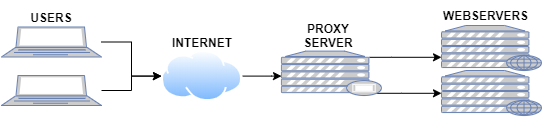
Above: reverseProxy.png in marcosrosse/diagrams (draw.io), before the change. Source tidied: cells renumbered, new cells last; positions are measured from the earlier drawing's top-left corner, leaving out a move shared by most shapes.
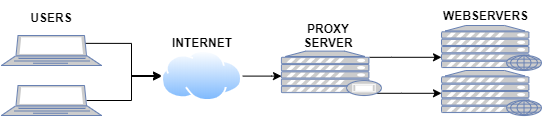
The same file after the commit.

The edit, as a diff of the source:
```diff
@@ -2,17 +2,27 @@
   <root>
     <mxCell id="0" />
     <mxCell id="1" parent="0" />
-    <mxCell id="2" style="edgeStyle=orthogonalEdgeStyle;rounded=0;jettySize=auto;html=1;" parent="1" edge="1" source="3" target="7">
-      <mxGeometry relative="1" as="geometry" />
+    <mxCell id="2" style="edgeStyle=orthogonalEdgeStyle;rounded=0;jettySize=auto;html=1;exitX=0.824;exitY=0.262;exitDx=0;exitDy=0;exitPerimeter=0;" parent="1" edge="1" source="3" target="7">
+      <mxGeometry relative="1" as="geometry">
+        <Array as="points">
+          <mxPoint x="130" y="43" />
+          <mxPoint x="130" y="76" />
+        </Array>
+      </mxGeometry>
     </mxCell>
     <mxCell id="3" style="fontColor=#0066CC;verticalAlign=top;verticalLabelPosition=bottom;labelPosition=center;align=center;html=1;outlineConnect=0;fillColor=#CCCCCC;strokeColor=#6881B3;gradientColor=none;gradientDirection=north;strokeWidth=2;shape=mxgraph.networks.laptop;" parent="1" vertex="1">
-      <mxGeometry y="26.5" width="100" height="30" as="geometry" />
+      <mxGeometry y="35" width="100" height="30" as="geometry" />
     </mxCell>
-    <mxCell id="4" style="edgeStyle=orthogonalEdgeStyle;rounded=0;jettySize=auto;html=1;" parent="1" edge="1" source="5" target="7">
-      <mxGeometry relative="1" as="geometry" />
+    <mxCell id="4" style="edgeStyle=orthogonalEdgeStyle;rounded=0;jettySize=auto;html=1;exitX=0.85;exitY=0.5;exitDx=0;exitDy=0;exitPerimeter=0;" parent="1" edge="1" source="5" target="7">
+      <mxGeometry relative="1" as="geometry">
+        <Array as="points">
+          <mxPoint x="130" y="100" />
+          <mxPoint x="130" y="75" />
+        </Array>
+      </mxGeometry>
     </mxCell>
     <mxCell id="5" style="fontColor=#0066CC;verticalAlign=top;verticalLabelPosition=bottom;labelPosition=center;align=center;html=1;outlineConnect=0;fillColor=#CCCCCC;strokeColor=#6881B3;gradientColor=none;gradientDirection=north;strokeWidth=2;shape=mxgraph.networks.laptop;" parent="1" vertex="1">
-      <mxGeometry y="75" width="100" height="30" as="geometry" />
+      <mxGeometry y="85" width="100" height="30" as="geometry" />
     </mxCell>
     <mxCell id="6" style="edgeStyle=orthogonalEdgeStyle;rounded=0;jettySize=auto;html=1;" parent="1" edge="1" source="7" target="10">
       <mxGeometry relative="1" as="geometry">
```
